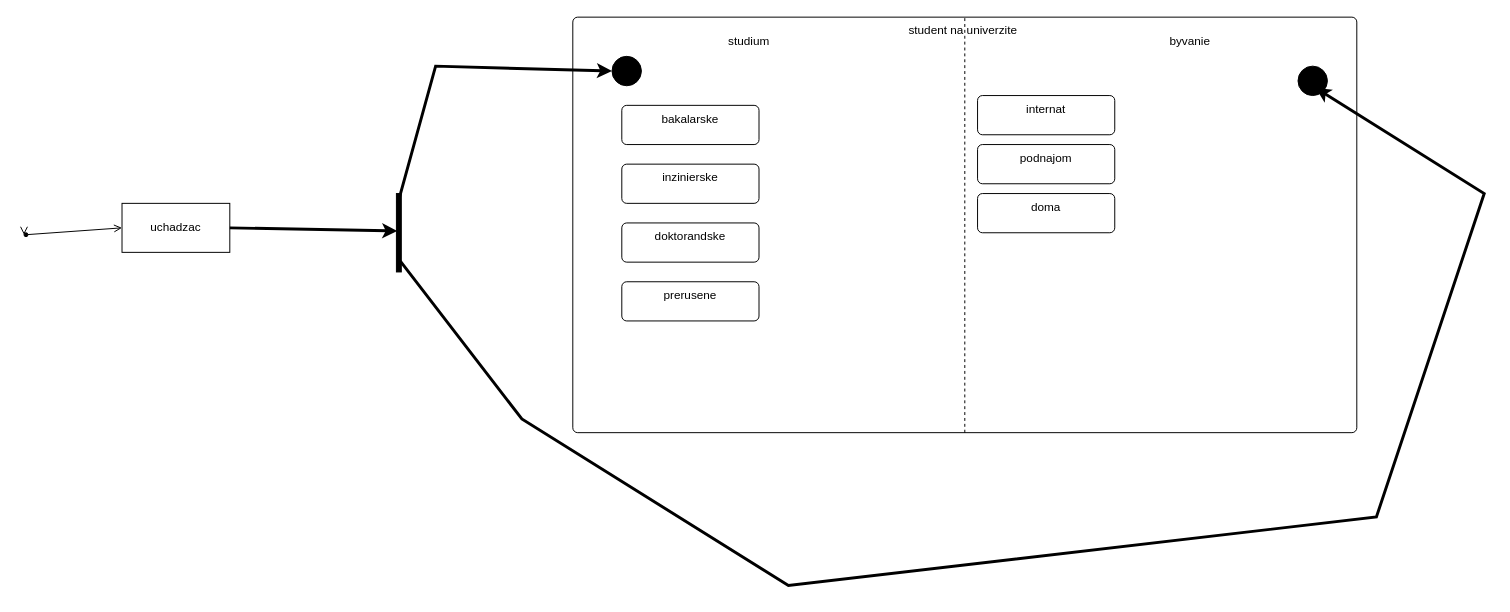
Mart1n66/school keeps this draw.io diagram as UML/State_Diagram.drawio. Above is the earlier version. Source tidied: cells renumbered, new cells numbered last; positions are measured from the earlier drawing's top-left corner, leaving out a move shared by most shapes. Both pictures are drawn from the tidied source at 98%, with x=0, y=0 at pixel (24, 17).
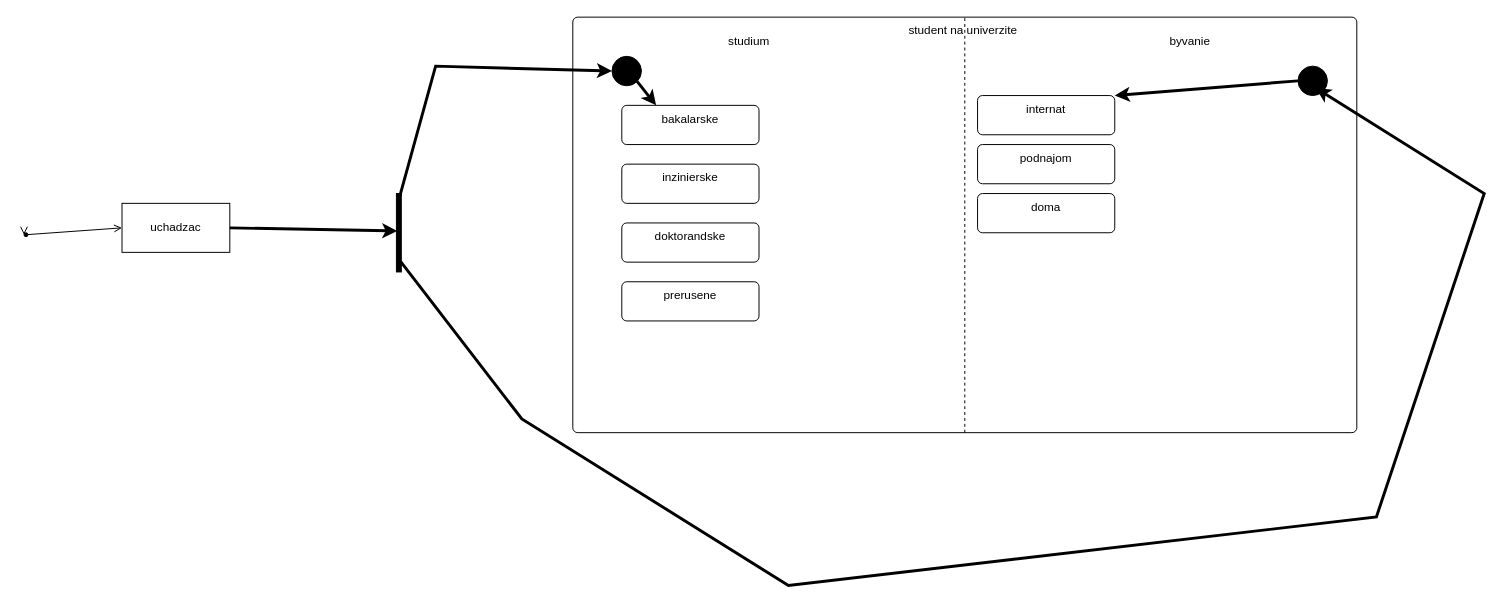
The same diagram, later.

The change refers to these unchanged cells:
```xml
<mxCell id="6" style="ellipse;fillColor=strokeColor;html=1;" parent="1" vertex="1">
  <mxGeometry x="600" y="40" width="30" height="30" as="geometry" />
</mxCell>
<mxCell id="7" style="ellipse;fillColor=strokeColor;html=1;" parent="1" vertex="1">
  <mxGeometry x="1300" y="50" width="30" height="30" as="geometry" />
</mxCell>
<mxCell id="8" value="bakalarske" style="html=1;align=center;verticalAlign=top;rounded=1;absoluteArcSize=1;arcSize=10;dashed=0;whiteSpace=wrap;" parent="1" vertex="1">
  <mxGeometry x="610" y="90" width="140" height="40" as="geometry" />
</mxCell>
<mxCell id="12" value="internat" style="html=1;align=center;verticalAlign=top;rounded=1;absoluteArcSize=1;arcSize=10;dashed=0;whiteSpace=wrap;" parent="1" vertex="1">
  <mxGeometry x="973" y="80" width="140" height="40" as="geometry" />
</mxCell>
```

Change to the diagram source:
```diff
@@
+    <mxCell id="23" style="endArrow=none;startArrow=classic;endFill=0;startFill=1;endSize=8;html=1;verticalAlign=bottom;labelBackgroundColor=none;strokeWidth=3;rounded=0;defaultLabelBackgroundColor=page;exitX=0.25;exitY=0;exitDx=0;exitDy=0;entryX=1;entryY=1;entryDx=0;entryDy=0;" parent="1" edge="1" source="8" target="6">
+      <mxGeometry relative="1" as="geometry" />
+    </mxCell>
+    <mxCell id="24" style="endArrow=none;startArrow=classic;endFill=0;startFill=1;endSize=8;html=1;verticalAlign=bottom;labelBackgroundColor=none;strokeWidth=3;rounded=0;defaultLabelBackgroundColor=page;exitX=1;exitY=0;exitDx=0;exitDy=0;entryX=0;entryY=0.5;entryDx=0;entryDy=0;" parent="1" edge="1" source="12" target="7">
+      <mxGeometry relative="1" as="geometry" />
+    </mxCell>
```
